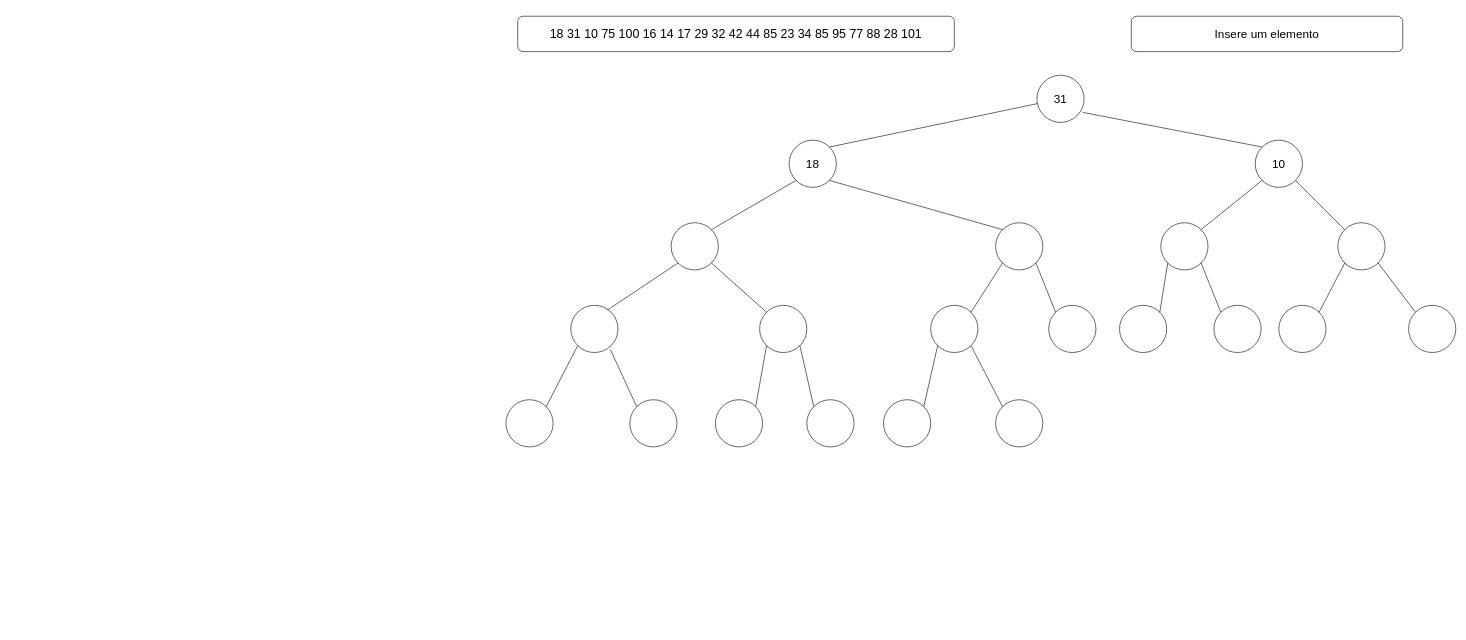
Before: page "Etapa 5" (6 of 29) of Diagram_Heap_2.drawio in Xang0/Diagramas-de-Estruturas-de-Dado, a draw.io diagram. Source tidied: cells renumbered, new cells numbered last; positions are measured from the earlier drawing's top-left corner, leaving out a move shared by most shapes. Both pictures are drawn from the tidied source at 59%, with x=0, y=0 at pixel (506, 16).
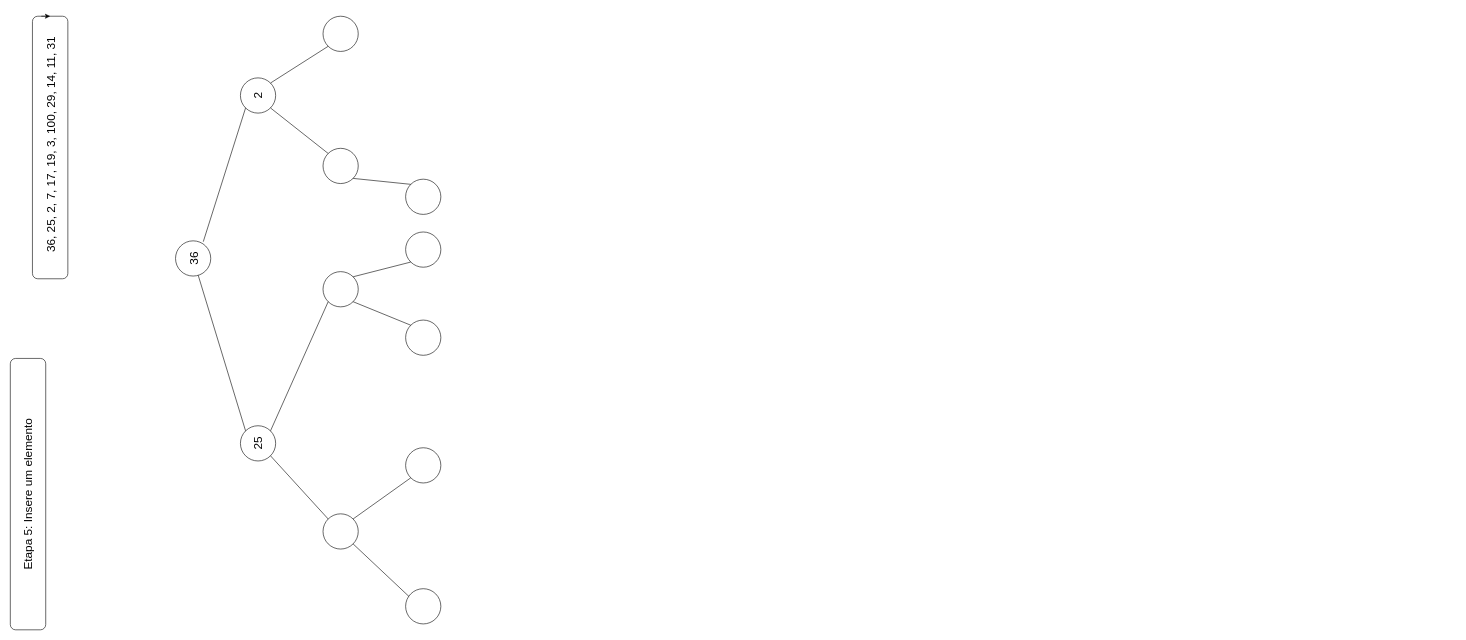
Above is the later version.

The edit, as a diff of the source:
```diff
@@
-    <mxCell id="0" />
-    <mxCell id="1" parent="0" />
-    <mxCell id="2" value="&lt;font style=&quot;font-size: 20px;&quot;&gt;31&lt;/font&gt;" style="ellipse;whiteSpace=wrap;html=1;" parent="1" vertex="1">
-      <mxGeometry x="900" y="100" width="80" height="80" as="geometry" />
-    </mxCell>
-    <mxCell id="3" value="&lt;font style=&quot;font-size: 20px;&quot;&gt;18&lt;/font&gt;" style="ellipse;whiteSpace=wrap;html=1;" parent="1" vertex="1">
-      <mxGeometry x="480" y="210" width="80" height="80" as="geometry" />
-    </mxCell>
-    <mxCell id="4" value="&lt;font style=&quot;font-size: 20px;&quot;&gt;10&lt;/font&gt;" style="ellipse;whiteSpace=wrap;html=1;" parent="1" vertex="1">
-      <mxGeometry x="1270" y="210" width="80" height="80" as="geometry" />
-    </mxCell>
-    <mxCell id="5" style="endArrow=none;html=1;rounded=0;exitX=1;exitY=0;exitDx=0;exitDy=0;" parent="1" edge="1" source="3" target="2">
-      <mxGeometry relative="1" as="geometry" />
-    </mxCell>
-    <mxCell id="6" style="endArrow=none;html=1;rounded=0;entryX=0.975;entryY=0.788;entryDx=0;entryDy=0;entryPerimeter=0;exitX=0;exitY=0;exitDx=0;exitDy=0;" parent="1" edge="1" source="4" target="2">
-      <mxGeometry relative="1" as="geometry" />
-    </mxCell>
-    <mxCell id="7" style="ellipse;whiteSpace=wrap;html=1;" parent="1" vertex="1">
-      <mxGeometry x="280" y="350" width="80" height="80" as="geometry" />
-    </mxCell>
-    <mxCell id="8" style="ellipse;whiteSpace=wrap;html=1;" parent="1" vertex="1">
-      <mxGeometry x="830" y="350" width="80" height="80" as="geometry" />
-    </mxCell>
-    <mxCell id="9" style="endArrow=none;html=1;rounded=0;entryX=0;entryY=1;entryDx=0;entryDy=0;exitX=1;exitY=0;exitDx=0;exitDy=0;" parent="1" edge="1" source="7" target="3">
-      <mxGeometry relative="1" as="geometry" />
-    </mxCell>
-    <mxCell id="10" style="endArrow=none;html=1;rounded=0;entryX=1;entryY=1;entryDx=0;entryDy=0;exitX=0;exitY=0;exitDx=0;exitDy=0;" parent="1" edge="1" source="8" target="3">
-      <mxGeometry relative="1" as="geometry" />
-    </mxCell>
-    <mxCell id="11" style="ellipse;whiteSpace=wrap;html=1;" parent="1" vertex="1">
-      <mxGeometry x="920" y="490" width="80" height="80" as="geometry" />
-    </mxCell>
-    <mxCell id="12" style="ellipse;whiteSpace=wrap;html=1;" parent="1" vertex="1">
-      <mxGeometry x="720" y="490" width="80" height="80" as="geometry" />
-    </mxCell>
-    <mxCell id="13" style="endArrow=none;html=1;rounded=0;entryX=1;entryY=1;entryDx=0;entryDy=0;exitX=0;exitY=0;exitDx=0;exitDy=0;" parent="1" edge="1" source="11" target="8">
-      <mxGeometry relative="1" as="geometry" />
-    </mxCell>
-    <mxCell id="14" style="endArrow=none;html=1;rounded=0;entryX=0;entryY=1;entryDx=0;entryDy=0;exitX=1;exitY=0;exitDx=0;exitDy=0;" parent="1" edge="1" source="12" target="8">
-      <mxGeometry relative="1" as="geometry" />
-    </mxCell>
-    <mxCell id="15" style="ellipse;whiteSpace=wrap;html=1;" parent="1" vertex="1">
-      <mxGeometry x="830" y="650" width="80" height="80" as="geometry" />
-    </mxCell>
-    <mxCell id="16" style="ellipse;whiteSpace=wrap;html=1;" parent="1" vertex="1">
-      <mxGeometry x="640" y="650" width="80" height="80" as="geometry" />
-    </mxCell>
-    <mxCell id="17" style="endArrow=none;html=1;rounded=0;entryX=1;entryY=1;entryDx=0;entryDy=0;exitX=0;exitY=0;exitDx=0;exitDy=0;" parent="1" edge="1" source="15" target="12">
-      <mxGeometry relative="1" as="geometry" />
-    </mxCell>
-    <mxCell id="18" style="endArrow=none;html=1;rounded=0;exitX=0;exitY=1;exitDx=0;exitDy=0;entryX=1;entryY=0;entryDx=0;entryDy=0;" parent="1" edge="1" source="12" target="16">
-      <mxGeometry relative="1" as="geometry" />
-    </mxCell>
-    <mxCell id="19" style="ellipse;whiteSpace=wrap;html=1;" parent="1" vertex="1">
-      <mxGeometry x="430" y="490" width="80" height="80" as="geometry" />
-    </mxCell>
-    <mxCell id="20" style="ellipse;whiteSpace=wrap;html=1;" parent="1" vertex="1">
-      <mxGeometry x="110" y="490" width="80" height="80" as="geometry" />
-    </mxCell>
-    <mxCell id="21" style="endArrow=none;html=1;rounded=0;entryX=1;entryY=1;entryDx=0;entryDy=0;exitX=0;exitY=0;exitDx=0;exitDy=0;" parent="1" edge="1" source="19" target="7">
-      <mxGeometry relative="1" as="geometry" />
-    </mxCell>
-    <mxCell id="22" style="endArrow=none;html=1;rounded=0;entryX=0;entryY=1;entryDx=0;entryDy=0;exitX=0.775;exitY=0.1;exitDx=0;exitDy=0;exitPerimeter=0;" parent="1" edge="1" source="20" target="7">
-      <mxGeometry relative="1" as="geometry" />
-    </mxCell>
-    <mxCell id="23" style="ellipse;whiteSpace=wrap;html=1;" parent="1" vertex="1">
-      <mxGeometry x="510" y="650" width="80" height="80" as="geometry" />
-    </mxCell>
-    <mxCell id="24" style="ellipse;whiteSpace=wrap;html=1;" parent="1" vertex="1">
-      <mxGeometry x="355" y="650" width="80" height="80" as="geometry" />
-    </mxCell>
-    <mxCell id="25" style="endArrow=none;html=1;rounded=0;exitX=0;exitY=1;exitDx=0;exitDy=0;entryX=1;entryY=0;entryDx=0;entryDy=0;" parent="1" edge="1" source="19" target="24">
-      <mxGeometry relative="1" as="geometry" />
-    </mxCell>
-    <mxCell id="26" style="endArrow=none;html=1;rounded=0;exitX=1;exitY=1;exitDx=0;exitDy=0;entryX=0;entryY=0;entryDx=0;entryDy=0;" parent="1" edge="1" source="19" target="23">
-      <mxGeometry relative="1" as="geometry" />
-    </mxCell>
-    <mxCell id="27" style="ellipse;whiteSpace=wrap;html=1;" parent="1" vertex="1">
-      <mxGeometry x="210" y="650" width="80" height="80" as="geometry" />
-    </mxCell>
-    <mxCell id="28" style="ellipse;whiteSpace=wrap;html=1;" parent="1" vertex="1">
-      <mxGeometry y="650" width="80" height="80" as="geometry" />
-    </mxCell>
-    <mxCell id="29" style="endArrow=none;html=1;rounded=0;exitX=0.838;exitY=0.938;exitDx=0;exitDy=0;exitPerimeter=0;entryX=0;entryY=0;entryDx=0;entryDy=0;" parent="1" edge="1" source="20" target="27">
-      <mxGeometry relative="1" as="geometry" />
-    </mxCell>
-    <mxCell id="30" style="endArrow=none;html=1;rounded=0;entryX=0;entryY=1;entryDx=0;entryDy=0;exitX=1;exitY=0;exitDx=0;exitDy=0;" parent="1" edge="1" source="28" target="20">
-      <mxGeometry relative="1" as="geometry" />
-    </mxCell>
-    <mxCell id="31" style="ellipse;whiteSpace=wrap;html=1;" parent="1" vertex="1">
-      <mxGeometry x="1110" y="350" width="80" height="80" as="geometry" />
-    </mxCell>
-    <mxCell id="32" style="ellipse;whiteSpace=wrap;html=1;" parent="1" vertex="1">
-      <mxGeometry x="1410" y="350" width="80" height="80" as="geometry" />
-    </mxCell>
-    <mxCell id="33" style="endArrow=none;html=1;rounded=0;entryX=0;entryY=1;entryDx=0;entryDy=0;exitX=1;exitY=0;exitDx=0;exitDy=0;" parent="1" edge="1" source="31" target="4">
-      <mxGeometry relative="1" as="geometry" />
-    </mxCell>
-    <mxCell id="34" style="endArrow=none;html=1;rounded=0;entryX=1;entryY=1;entryDx=0;entryDy=0;exitX=0;exitY=0;exitDx=0;exitDy=0;" parent="1" edge="1" source="32" target="4">
-      <mxGeometry relative="1" as="geometry" />
-    </mxCell>
-    <mxCell id="35" style="ellipse;whiteSpace=wrap;html=1;" parent="1" vertex="1">
-      <mxGeometry x="1040" y="490" width="80" height="80" as="geometry" />
-    </mxCell>
-    <mxCell id="36" style="ellipse;whiteSpace=wrap;html=1;" parent="1" vertex="1">
-      <mxGeometry x="1200" y="490" width="80" height="80" as="geometry" />
-    </mxCell>
-    <mxCell id="37" style="endArrow=none;html=1;rounded=0;entryX=0;entryY=1;entryDx=0;entryDy=0;exitX=1;exitY=0;exitDx=0;exitDy=0;" parent="1" edge="1" source="35" target="31">
-      <mxGeometry relative="1" as="geometry" />
-    </mxCell>
-    <mxCell id="38" style="endArrow=none;html=1;rounded=0;entryX=1;entryY=1;entryDx=0;entryDy=0;exitX=0;exitY=0;exitDx=0;exitDy=0;" parent="1" edge="1" source="36" target="31">
-      <mxGeometry relative="1" as="geometry" />
-    </mxCell>
-    <mxCell id="39" style="ellipse;whiteSpace=wrap;html=1;" parent="1" vertex="1">
-      <mxGeometry x="1310" y="490" width="80" height="80" as="geometry" />
-    </mxCell>
-    <mxCell id="40" style="ellipse;whiteSpace=wrap;html=1;" parent="1" vertex="1">
-      <mxGeometry x="1530" y="490" width="80" height="80" as="geometry" />
-    </mxCell>
-    <mxCell id="41" style="endArrow=none;html=1;rounded=0;entryX=0;entryY=1;entryDx=0;entryDy=0;exitX=1;exitY=0;exitDx=0;exitDy=0;" parent="1" edge="1" source="39" target="32">
-      <mxGeometry relative="1" as="geometry" />
-    </mxCell>
-    <mxCell id="42" style="endArrow=none;html=1;rounded=0;entryX=1;entryY=1;entryDx=0;entryDy=0;exitX=0;exitY=0;exitDx=0;exitDy=0;" parent="1" edge="1" source="40" target="32">
-      <mxGeometry relative="1" as="geometry" />
-    </mxCell>
-    <mxCell id="43" value="&lt;font style=&quot;font-size: 21px;&quot;&gt;18 31 10 75 100 16 14 17 29 32 42 44 85 23 34 85 95 77 88 28 101&lt;/font&gt;" style="rounded=1;whiteSpace=wrap;html=1;" parent="1" vertex="1">
-      <mxGeometry x="20" width="740" height="60" as="geometry" />
-    </mxCell>
-    <mxCell id="44" value="&lt;font style=&quot;font-size: 20px;&quot;&gt;Insere um elemento &lt;/font&gt;&lt;font style=&quot;font-size: 20px;&quot;&gt;&lt;/font&gt;" style="rounded=1;whiteSpace=wrap;html=1;" parent="1" vertex="1">
-      <mxGeometry x="1060" width="460" height="60" as="geometry" />
-    </mxCell>
+    <mxCell id="45" />
+    <mxCell id="46" parent="45" />
+    <mxCell id="47" style="rounded=1;whiteSpace=wrap;html=1;rotation=-90;" parent="46" vertex="1">
+      <mxGeometry x="-995" y="192.5" width="445" height="60" as="geometry" />
+    </mxCell>
+    <mxCell id="48" value="&lt;font style=&quot;font-size: 20px;&quot;&gt;&lt;span id=&quot;yui_3_17_2_1_1711497508664_1828&quot;&gt;36,&amp;nbsp;&lt;/span&gt;25,&amp;nbsp;2,&amp;nbsp;7,&amp;nbsp;17,&amp;nbsp;19,&amp;nbsp;3,&amp;nbsp;100,&amp;nbsp;29,&amp;nbsp;14,&amp;nbsp;11,&amp;nbsp;31&lt;/font&gt;" style="text;html=1;align=center;verticalAlign=middle;whiteSpace=wrap;rounded=0;rotation=-90;" parent="46" vertex="1">
+      <mxGeometry x="-1000" y="187.5" width="455" height="60" as="geometry" />
+    </mxCell>
+    <mxCell id="49" style="edgeStyle=orthogonalEdgeStyle;rounded=0;orthogonalLoop=1;jettySize=auto;html=1;exitX=1;exitY=0.25;exitDx=0;exitDy=0;entryX=1;entryY=0.5;entryDx=0;entryDy=0;" parent="46" edge="1" source="47" target="47">
+      <mxGeometry relative="1" as="geometry" />
+    </mxCell>
+    <mxCell id="50" value="&lt;font style=&quot;font-size: 20px;&quot;&gt;Etapa 5: &lt;/font&gt;&lt;font style=&quot;font-size: 20px;&quot;&gt;Insere um elemento&lt;/font&gt;" style="rounded=1;whiteSpace=wrap;html=1;rotation=-90;" parent="46" vertex="1">
+      <mxGeometry x="-1040" y="780" width="460" height="60" as="geometry" />
+    </mxCell>
+    <mxCell id="51" value="&lt;font style=&quot;font-size: 20px;&quot;&gt;36&lt;/font&gt;" style="ellipse;whiteSpace=wrap;html=1;rotation=-90;" parent="46" vertex="1">
+      <mxGeometry x="-560" y="380.7" width="59.7" height="59.7" as="geometry" />
+    </mxCell>
+    <mxCell id="52" value="&lt;font style=&quot;font-size: 20px;&quot;&gt;25&lt;/font&gt;" style="ellipse;whiteSpace=wrap;html=1;rotation=-90;" parent="46" vertex="1">
+      <mxGeometry x="-450" y="694.1" width="59.7" height="59.7" as="geometry" />
+    </mxCell>
+    <mxCell id="53" value="&lt;font style=&quot;font-size: 20px;&quot;&gt;2&lt;/font&gt;" style="ellipse;whiteSpace=wrap;html=1;rotation=-90;" parent="46" vertex="1">
+      <mxGeometry x="-450" y="104.5" width="59.7" height="59.7" as="geometry" />
+    </mxCell>
+    <mxCell id="54" style="endArrow=none;html=1;rounded=0;exitX=1;exitY=0;exitDx=0;exitDy=0;" parent="46" edge="1" source="52" target="51">
+      <mxGeometry relative="1" as="geometry" />
+    </mxCell>
+    <mxCell id="55" style="endArrow=none;html=1;rounded=0;entryX=0.975;entryY=0.788;entryDx=0;entryDy=0;entryPerimeter=0;exitX=0;exitY=0;exitDx=0;exitDy=0;" parent="46" edge="1" source="53" target="51">
+      <mxGeometry relative="1" as="geometry" />
+    </mxCell>
+    <mxCell id="56" style="ellipse;whiteSpace=wrap;html=1;rotation=-90;" parent="46" vertex="1">
+      <mxGeometry x="-310" y="843.4" width="59.7" height="59.7" as="geometry" />
+    </mxCell>
+    <mxCell id="57" style="ellipse;whiteSpace=wrap;html=1;rotation=-90;" parent="46" vertex="1">
+      <mxGeometry x="-310" y="432.9" width="59.7" height="59.7" as="geometry" />
+    </mxCell>
+    <mxCell id="58" style="endArrow=none;html=1;rounded=0;entryX=0;entryY=1;entryDx=0;entryDy=0;exitX=1;exitY=0;exitDx=0;exitDy=0;" parent="46" edge="1" source="56" target="52">
+      <mxGeometry relative="1" as="geometry" />
+    </mxCell>
+    <mxCell id="59" style="endArrow=none;html=1;rounded=0;entryX=1;entryY=1;entryDx=0;entryDy=0;exitX=0;exitY=0;exitDx=0;exitDy=0;" parent="46" edge="1" source="57" target="52">
+      <mxGeometry relative="1" as="geometry" />
+    </mxCell>
+    <mxCell id="60" style="ellipse;whiteSpace=wrap;html=1;rotation=-90;" parent="46" vertex="1">
+      <mxGeometry x="-170" y="365.7" width="59.7" height="59.7" as="geometry" />
+    </mxCell>
+    <mxCell id="61" style="ellipse;whiteSpace=wrap;html=1;rotation=-90;" parent="46" vertex="1">
+      <mxGeometry x="-170" y="515" width="59.7" height="59.7" as="geometry" />
+    </mxCell>
+    <mxCell id="62" style="endArrow=none;html=1;rounded=0;entryX=1;entryY=1;entryDx=0;entryDy=0;exitX=0;exitY=0;exitDx=0;exitDy=0;" parent="46" edge="1" source="60" target="57">
+      <mxGeometry relative="1" as="geometry" />
+    </mxCell>
+    <mxCell id="63" style="endArrow=none;html=1;rounded=0;entryX=0;entryY=1;entryDx=0;entryDy=0;exitX=1;exitY=0;exitDx=0;exitDy=0;" parent="46" edge="1" source="61" target="57">
+      <mxGeometry relative="1" as="geometry" />
+    </mxCell>
+    <mxCell id="64" style="ellipse;whiteSpace=wrap;html=1;rotation=-90;" parent="46" vertex="1">
+      <mxGeometry x="-170" y="731.4" width="59.7" height="59.7" as="geometry" />
+    </mxCell>
+    <mxCell id="65" style="ellipse;whiteSpace=wrap;html=1;rotation=-90;" parent="46" vertex="1">
+      <mxGeometry x="-170" y="970.3" width="59.7" height="59.7" as="geometry" />
+    </mxCell>
+    <mxCell id="66" style="endArrow=none;html=1;rounded=0;entryX=1;entryY=1;entryDx=0;entryDy=0;exitX=0;exitY=0;exitDx=0;exitDy=0;" parent="46" edge="1" source="64" target="56">
+      <mxGeometry relative="1" as="geometry" />
+    </mxCell>
+    <mxCell id="67" style="endArrow=none;html=1;rounded=0;entryX=0;entryY=1;entryDx=0;entryDy=0;exitX=0.775;exitY=0.1;exitDx=0;exitDy=0;exitPerimeter=0;" parent="46" edge="1" source="65" target="56">
+      <mxGeometry relative="1" as="geometry" />
+    </mxCell>
+    <mxCell id="68" style="ellipse;whiteSpace=wrap;html=1;rotation=-90;" parent="46" vertex="1">
+      <mxGeometry x="-310" y="223.9" width="59.7" height="59.7" as="geometry" />
+    </mxCell>
+    <mxCell id="69" style="ellipse;whiteSpace=wrap;html=1;rotation=-90;" parent="46" vertex="1">
+      <mxGeometry x="-310" width="59.7" height="59.7" as="geometry" />
+    </mxCell>
+    <mxCell id="70" style="endArrow=none;html=1;rounded=0;entryX=0;entryY=1;entryDx=0;entryDy=0;exitX=1;exitY=0;exitDx=0;exitDy=0;" parent="46" edge="1" source="68" target="53">
+      <mxGeometry relative="1" as="geometry" />
+    </mxCell>
+    <mxCell id="71" style="endArrow=none;html=1;rounded=0;entryX=1;entryY=1;entryDx=0;entryDy=0;exitX=0;exitY=0;exitDx=0;exitDy=0;" parent="46" edge="1" source="69" target="53">
+      <mxGeometry relative="1" as="geometry" />
+    </mxCell>
+    <mxCell id="72" style="ellipse;whiteSpace=wrap;html=1;rotation=-90;" parent="46" vertex="1">
+      <mxGeometry x="-170" y="276.2" width="59.7" height="59.7" as="geometry" />
+    </mxCell>
+    <mxCell id="73" style="endArrow=none;html=1;rounded=0;entryX=0;entryY=1;entryDx=0;entryDy=0;exitX=1;exitY=0;exitDx=0;exitDy=0;" parent="46" edge="1" source="72" target="68">
+      <mxGeometry relative="1" as="geometry" />
+    </mxCell>
```
